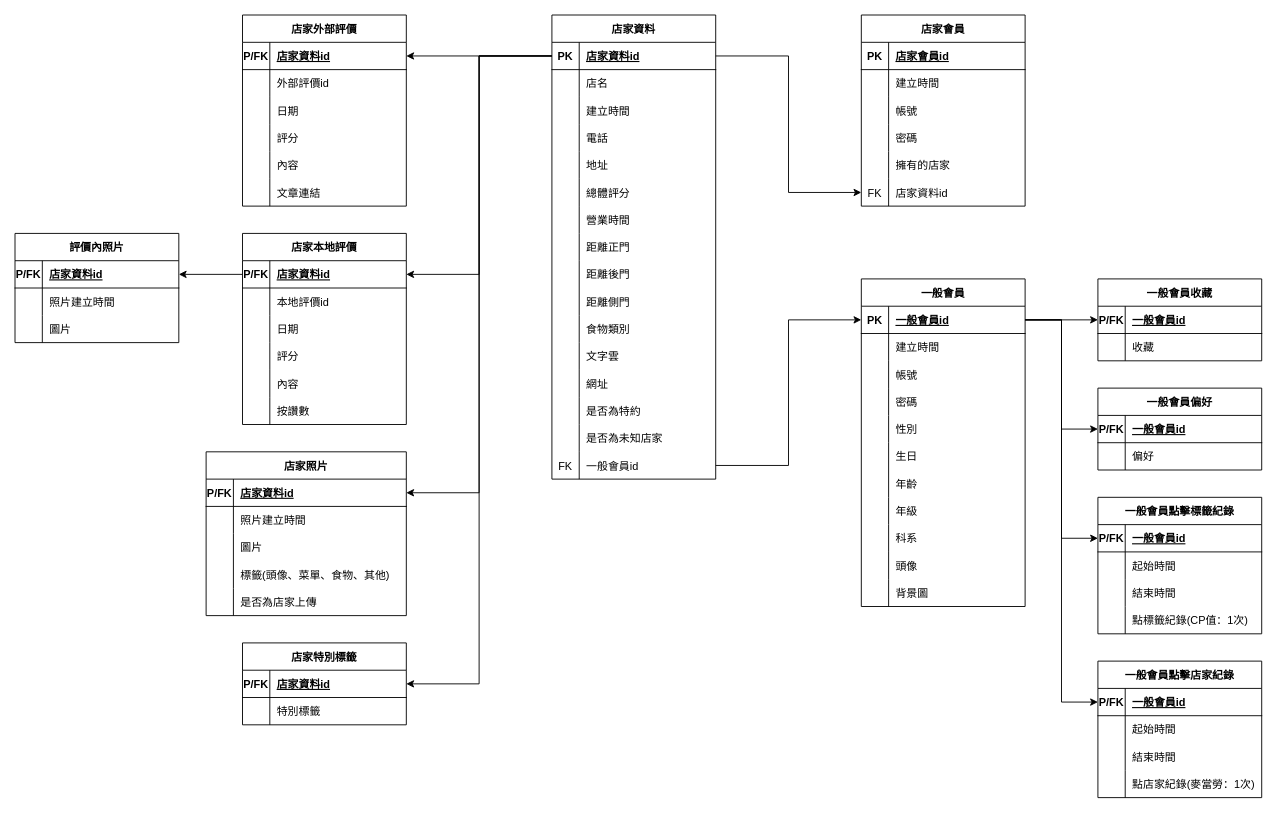
Earlier version of the draw.io diagram 檔案繳交/資料庫/關聯資料表/10846043_關聯資料表.drawio (project-hungry-don-t-care-food/111402). Source tidied: cells renumbered, new cells numbered last; positions are measured from the earlier drawing's top-left corner, leaving out a move shared by most shapes. Both pictures are drawn from the tidied source at 91%, with x=0, y=0 at pixel (15, 15).
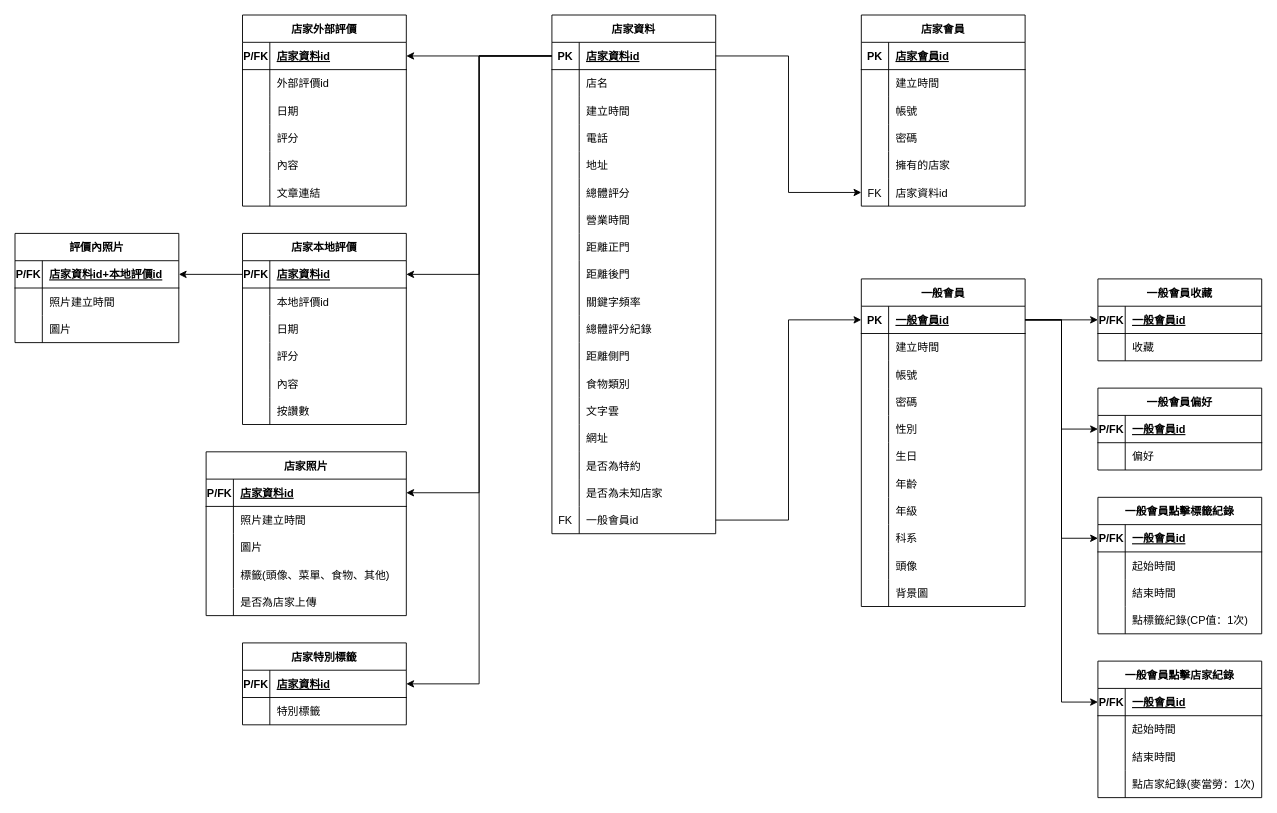
The same diagram, later.

Unchanged cells that the change refers to:
```xml
<mxCell id="202" style="shape=tableRow;horizontal=0;startSize=0;swimlaneHead=0;swimlaneBody=0;fillColor=none;points=[[0,0.5],[1,0.5]];portConstraint=eastwest;top=0;left=0;right=0;bottom=1;" parent="201" vertex="1">
  <mxGeometry y="30" width="180" height="30" as="geometry" />
</mxCell>
```

The edit, as a diff of the source:
```diff
@@
     <mxCell id="2" value="店家資料" style="shape=table;startSize=30;childLayout=tableLayout;rowLines=0;fontStyle=1;align=center;" parent="1" vertex="1">
-      <mxGeometry x="590" width="180" height="510" as="geometry" />
+      <mxGeometry x="590" width="180" height="570" as="geometry" />
     </mxCell>
@@
+    <mxCell id="226" style="shape=tableRow;horizontal=0;startSize=0;swimlaneHead=0;swimlaneBody=0;fillColor=none;top=0;left=0;right=0;bottom=0;" parent="2" vertex="1">
+      <mxGeometry y="300" width="180" height="30" as="geometry" />
+    </mxCell>
+    <mxCell id="227" style="shape=partialRectangle;fillColor=none;top=0;left=0;bottom=0;right=0;overflow=hidden;" parent="226" vertex="1">
+      <mxGeometry width="30" height="30" as="geometry" />
+    </mxCell>
+    <mxCell id="228" value="關鍵字頻率" style="shape=partialRectangle;fillColor=none;top=0;left=0;bottom=0;right=0;align=left;spacingLeft=6;overflow=hidden;" parent="226" vertex="1">
+      <mxGeometry x="30" width="150" height="30" as="geometry" />
+    </mxCell>
+    <mxCell id="229" style="shape=tableRow;horizontal=0;startSize=0;swimlaneHead=0;swimlaneBody=0;fillColor=none;top=0;left=0;right=0;bottom=0;" parent="2" vertex="1">
+      <mxGeometry y="330" width="180" height="30" as="geometry" />
+    </mxCell>
+    <mxCell id="230" style="shape=partialRectangle;fillColor=none;top=0;left=0;bottom=0;right=0;overflow=hidden;" parent="229" vertex="1">
+      <mxGeometry width="30" height="30" as="geometry" />
+    </mxCell>
+    <mxCell id="231" value="總體評分紀錄" style="shape=partialRectangle;fillColor=none;top=0;left=0;bottom=0;right=0;align=left;spacingLeft=6;overflow=hidden;" parent="229" vertex="1">
+      <mxGeometry x="30" width="150" height="30" as="geometry" />
+    </mxCell>
     <mxCell id="30" style="shape=tableRow;horizontal=0;startSize=0;swimlaneHead=0;swimlaneBody=0;fillColor=none;top=0;left=0;right=0;bottom=0;" parent="2" vertex="1">
-      <mxGeometry y="300" width="180" height="30" as="geometry" />
+      <mxGeometry y="360" width="180" height="30" as="geometry" />
     </mxCell>
@@
     <mxCell id="33" style="shape=tableRow;horizontal=0;startSize=0;swimlaneHead=0;swimlaneBody=0;fillColor=none;top=0;left=0;right=0;bottom=0;" parent="2" vertex="1">
-      <mxGeometry y="330" width="180" height="30" as="geometry" />
+      <mxGeometry y="390" width="180" height="30" as="geometry" />
     </mxCell>
@@
     <mxCell id="36" style="shape=tableRow;horizontal=0;startSize=0;swimlaneHead=0;swimlaneBody=0;fillColor=none;top=0;left=0;right=0;bottom=0;" parent="2" vertex="1">
-      <mxGeometry y="360" width="180" height="30" as="geometry" />
+      <mxGeometry y="420" width="180" height="30" as="geometry" />
     </mxCell>
@@
     <mxCell id="39" style="shape=tableRow;horizontal=0;startSize=0;swimlaneHead=0;swimlaneBody=0;fillColor=none;top=0;left=0;right=0;bottom=0;" parent="2" vertex="1">
-      <mxGeometry y="390" width="180" height="30" as="geometry" />
+      <mxGeometry y="450" width="180" height="30" as="geometry" />
     </mxCell>
@@
     <mxCell id="42" style="shape=tableRow;horizontal=0;startSize=0;swimlaneHead=0;swimlaneBody=0;fillColor=none;top=0;left=0;right=0;bottom=0;" parent="2" vertex="1">
-      <mxGeometry y="420" width="180" height="30" as="geometry" />
+      <mxGeometry y="480" width="180" height="30" as="geometry" />
     </mxCell>
@@
     <mxCell id="45" style="shape=tableRow;horizontal=0;startSize=0;swimlaneHead=0;swimlaneBody=0;fillColor=none;top=0;left=0;right=0;bottom=0;" parent="2" vertex="1">
-      <mxGeometry y="450" width="180" height="30" as="geometry" />
+      <mxGeometry y="510" width="180" height="30" as="geometry" />
     </mxCell>
@@
     <mxCell id="48" style="shape=tableRow;horizontal=0;startSize=0;swimlaneHead=0;swimlaneBody=0;fillColor=none;points=[[0,0.5],[1,0.5]];portConstraint=eastwest;top=0;left=0;right=0;bottom=0;" parent="2" vertex="1">
-      <mxGeometry y="480" width="180" height="30" as="geometry" />
+      <mxGeometry y="540" width="180" height="30" as="geometry" />
     </mxCell>
@@
-    <mxCell id="204" value="店家資料id" style="shape=partialRectangle;fillColor=none;top=0;left=0;bottom=0;right=0;align=left;spacingLeft=6;fontStyle=5;overflow=hidden;" parent="202" vertex="1">
+    <mxCell id="204" value="店家資料id+本地評價id" style="shape=partialRectangle;fillColor=none;top=0;left=0;bottom=0;right=0;align=left;spacingLeft=6;fontStyle=5;overflow=hidden;" parent="202" vertex="1">
       <mxGeometry x="30" width="150" height="30" as="geometry" />
     </mxCell>
```
